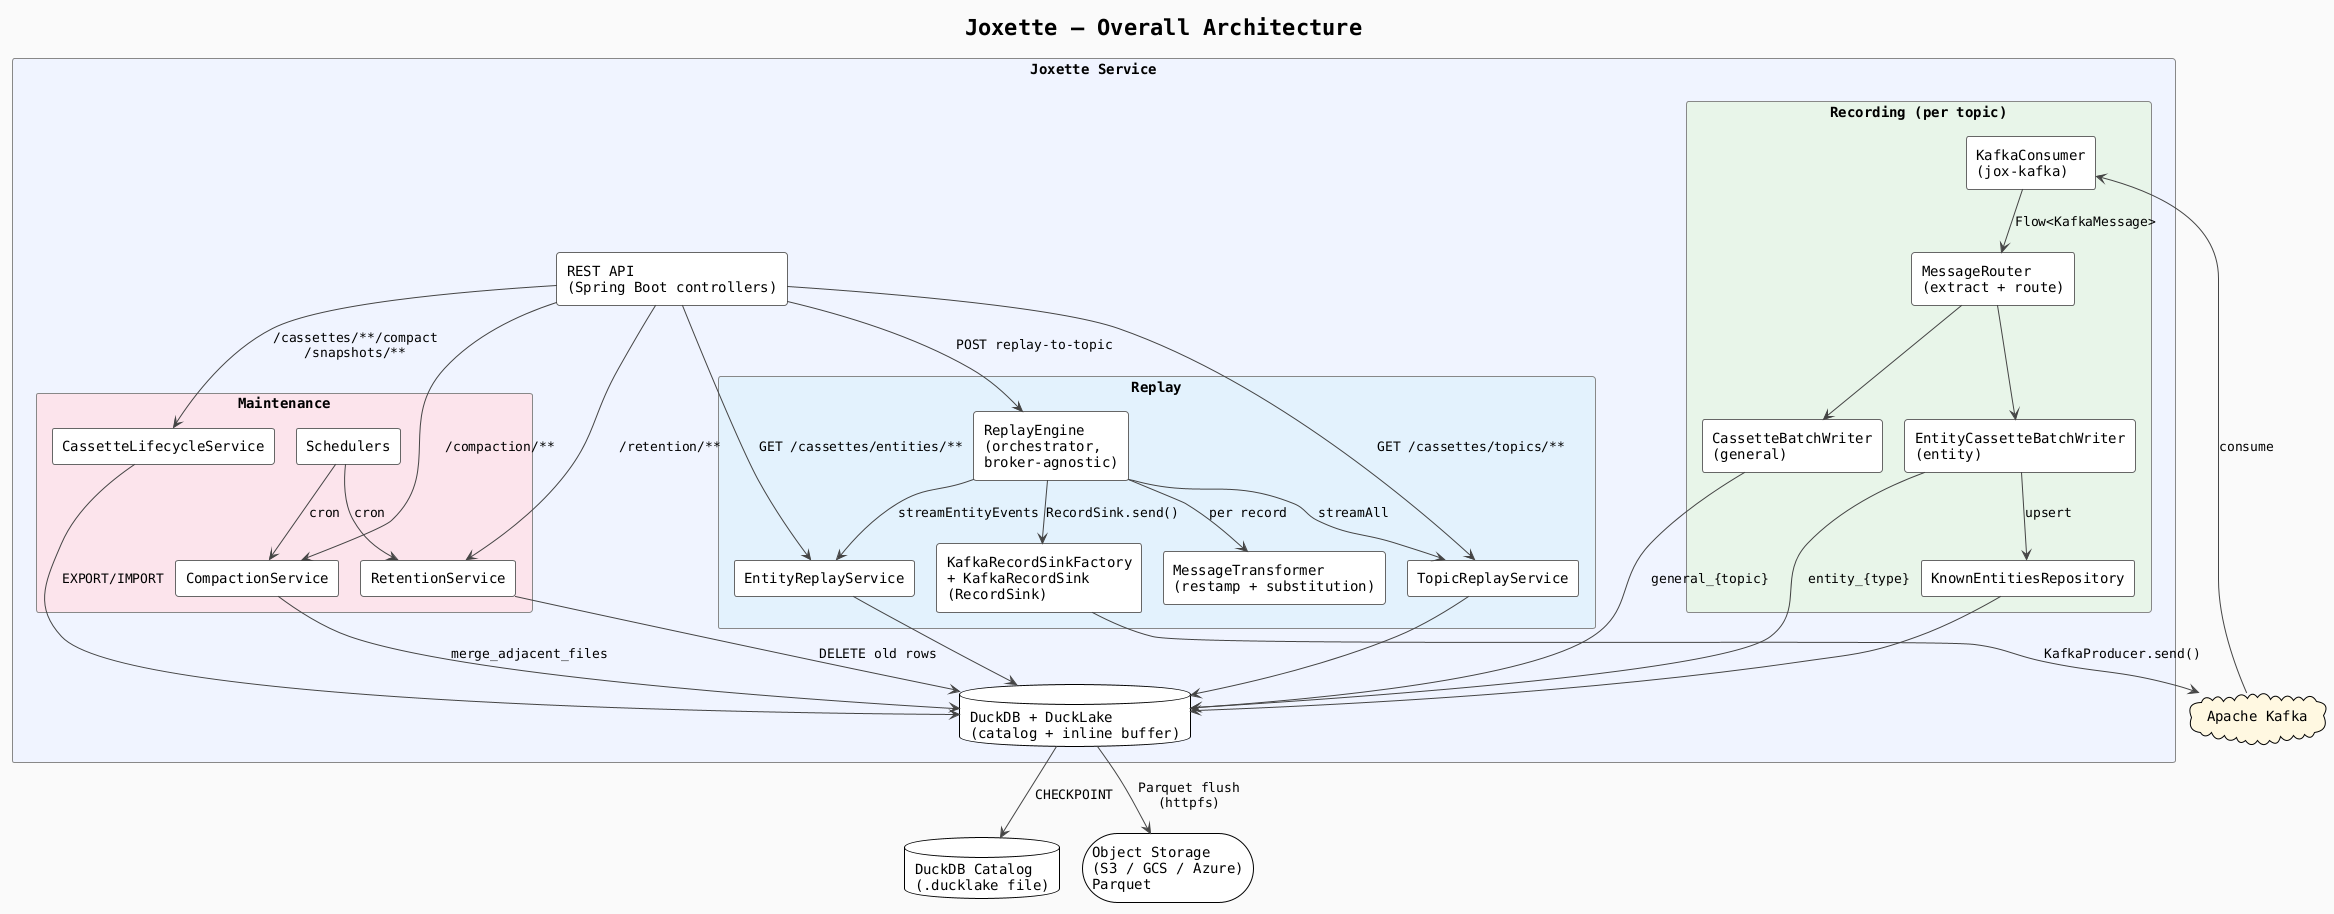
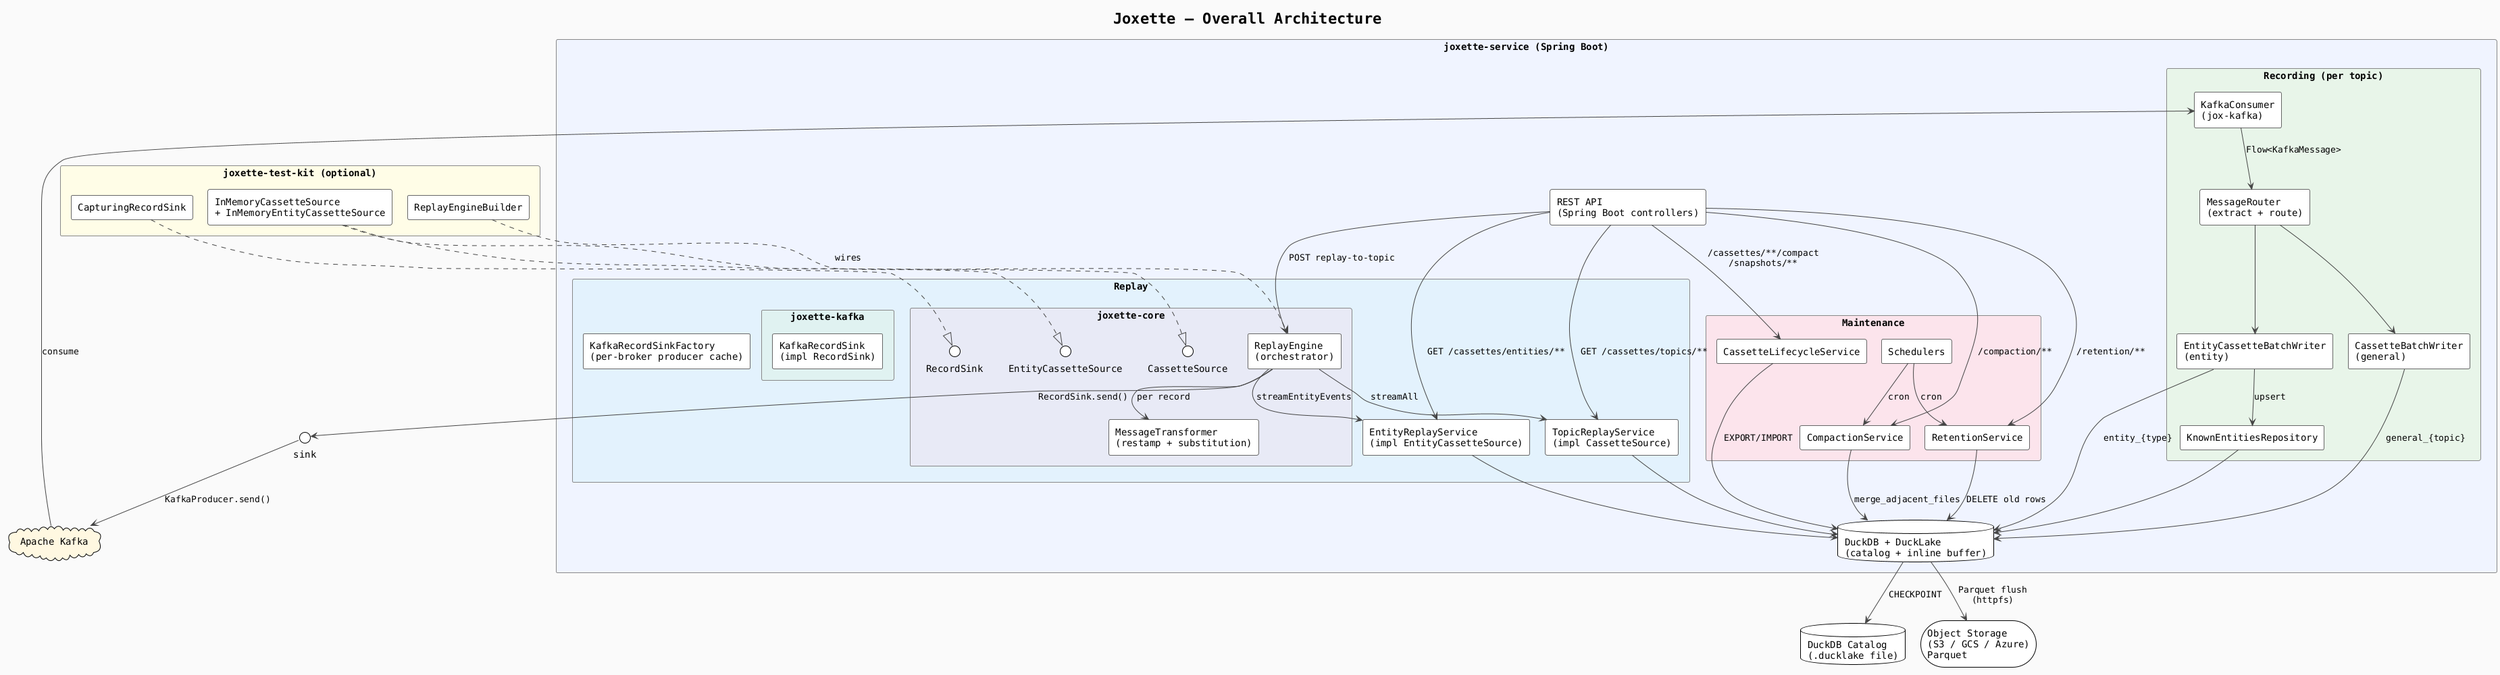
@startuml architecture
!theme plain
skinparam backgroundColor #FAFAFA
skinparam defaultFontName monospaced
skinparam ArrowColor #444444
skinparam nodesep 22
skinparam ranksep 45
skinparam componentStyle rectangle
skinparam component {
  BorderColor #666666
  BackgroundColor #ffffff
}
skinparam rectangle {
  BorderColor #888888
}

title Joxette — Overall Architecture

' =========================================================================
' External systems (rendered top & bottom for a cleaner layout)
' =========================================================================
cloud "Apache Kafka" as kafka #fff8e1

' =========================================================================
- ' Joxette service
+ ' Joxette service (Maven module: joxette-service)
+ ' Solid borders highlight the Maven-module boundaries — joxette-core holds
+ ' the replay engine + DTOs + SPIs, joxette-kafka holds the Kafka RecordSink,
+ ' joxette-service wires DuckLake storage + Spring controllers on top.
' =========================================================================
- rectangle "Joxette Service" as joxette #f0f4ff {
+ rectangle "joxette-service (Spring Boot)" as joxette #f0f4ff {

  component [REST API\n(Spring Boot controllers)] as api

  rectangle "Recording (per topic)" as recording #e8f5e9 {
    component [KafkaConsumer\n(jox-kafka)]              as consumer
    component [MessageRouter\n(extract + route)]        as router
    component [CassetteBatchWriter\n(general)]          as generalWriter
    component [EntityCassetteBatchWriter\n(entity)]     as entityWriter
    component [KnownEntitiesRepository]                 as knownEntities
  }

  rectangle "Replay" as replayBox #e3f2fd {
-     component [ReplayEngine\n(orchestrator,\nbroker-agnostic)]        as engine
-     component [TopicReplayService]                                    as topicReplay
-     component [EntityReplayService]                                   as entityReplay
-     component [MessageTransformer\n(restamp + substitution)]          as transformer
-     component [KafkaRecordSinkFactory\n+ KafkaRecordSink\n(RecordSink)] as sink
+     rectangle "joxette-core" as coreBox #e8eaf6 {
+       component [ReplayEngine\n(orchestrator)]                          as engine
+       component [MessageTransformer\n(restamp + substitution)]          as transformer
+       interface  "CassetteSource"        as cassetteSourceSpi
+       interface  "EntityCassetteSource"  as entitySourceSpi
+       interface  "RecordSink"            as recordSinkSpi
+     }
+     component [TopicReplayService\n(impl CassetteSource)]        as topicReplay
+     component [EntityReplayService\n(impl EntityCassetteSource)] as entityReplay
+ 
+     rectangle "joxette-kafka" as kafkaBox #e0f2f1 {
+       component [KafkaRecordSink\n(impl RecordSink)] as kafkaSink
+     }
+     component [KafkaRecordSinkFactory\n(per-broker producer cache)] as sinkFactory
  }

  rectangle "Maintenance" as maintenance #fce4ec {
    component [CompactionService]        as compaction
    component [RetentionService]         as retention
    component [CassetteLifecycleService] as lifecycle
    component [Schedulers]               as schedulers
  }

  database "DuckDB + DuckLake\n(catalog + inline buffer)" as duckdb
}
+ 
+ ' =========================================================================
+ ' Test-kit: consumes the same SPIs with in-memory sources + capturing sink
+ ' =========================================================================
+ rectangle "joxette-test-kit (optional)" as testkit #fffde7 {
+   component [InMemoryCassetteSource\n+ InMemoryEntityCassetteSource] as memSources
+   component [CapturingRecordSink]                                    as capSink
+   component [ReplayEngineBuilder]                                    as testBuilder
+ }
+ testBuilder ..> engine          : wires
+ memSources  ..|> cassetteSourceSpi
+ memSources  ..|> entitySourceSpi
+ capSink     ..|> recordSinkSpi

database "DuckDB Catalog\n(.ducklake file)"              as catalog
storage  "Object Storage\n(S3 / GCS / Azure)\nParquet"   as s3

' =========================================================================
' Recording (Kafka -> router -> writers -> DuckLake)
' =========================================================================
kafka         --> consumer      : consume
consumer      --> router        : Flow<KafkaMessage>
router        --> generalWriter
router        --> entityWriter
generalWriter --> duckdb        : general_{topic}
entityWriter  --> duckdb        : entity_{type}
entityWriter  --> knownEntities : upsert
knownEntities --> duckdb

' =========================================================================
' REST API surface
' =========================================================================
api --> topicReplay  : GET /cassettes/topics/**
api --> entityReplay : GET /cassettes/entities/**
api --> engine       : POST replay-to-topic
api --> compaction   : /compaction/**
api --> retention    : /retention/**
api --> lifecycle    : /cassettes/**/compact\n/snapshots/**

' =========================================================================
' Replay (engine streams from services, transforms, sends via sink)
' =========================================================================
engine       --> topicReplay  : streamAll
engine       --> entityReplay : streamEntityEvents
engine       --> transformer  : per record
engine       --> sink         : RecordSink.send()
topicReplay  --> duckdb
entityReplay --> duckdb
sink         --> kafka        : KafkaProducer.send()

' =========================================================================
' Maintenance
' =========================================================================
schedulers --> compaction : cron
schedulers --> retention  : cron
compaction --> duckdb     : merge_adjacent_files
retention  --> duckdb     : DELETE old rows
lifecycle  --> duckdb     : EXPORT/IMPORT

' =========================================================================
' Storage
' =========================================================================
duckdb --> catalog : CHECKPOINT
duckdb --> s3      : Parquet flush\n(httpfs)

@enduml
